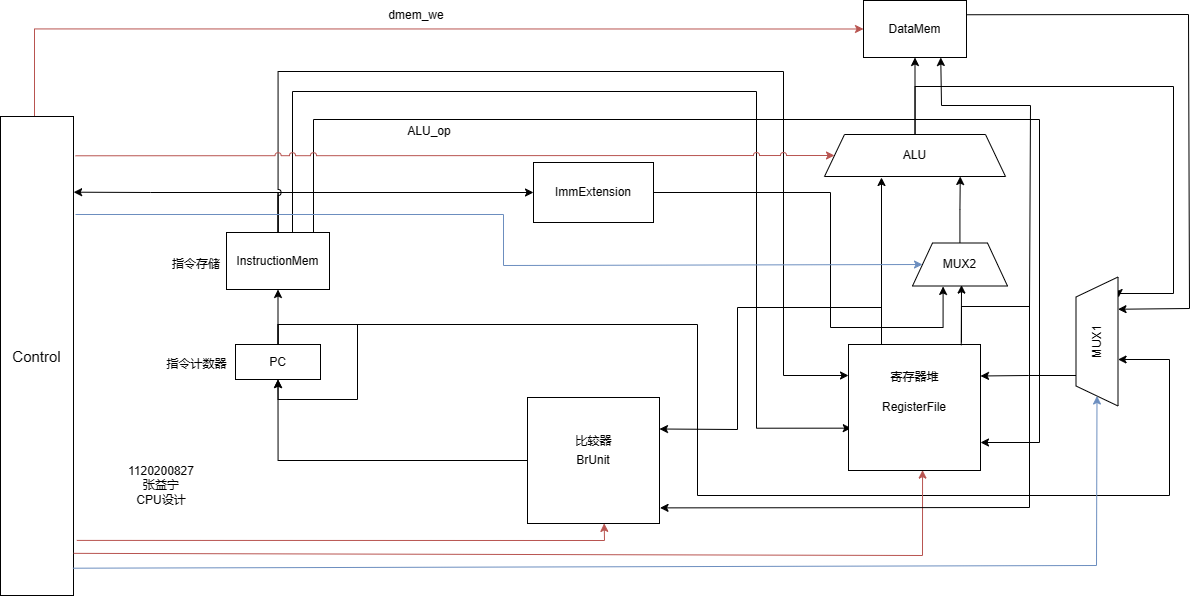
This is CPU.drawio.png from ZYNsama666/BackUp, a draw.io export, as it was before one commit. Source tidied: cells renumbered, new cells last; positions are measured from the earlier drawing's top-left corner, leaving out a move shared by most shapes.
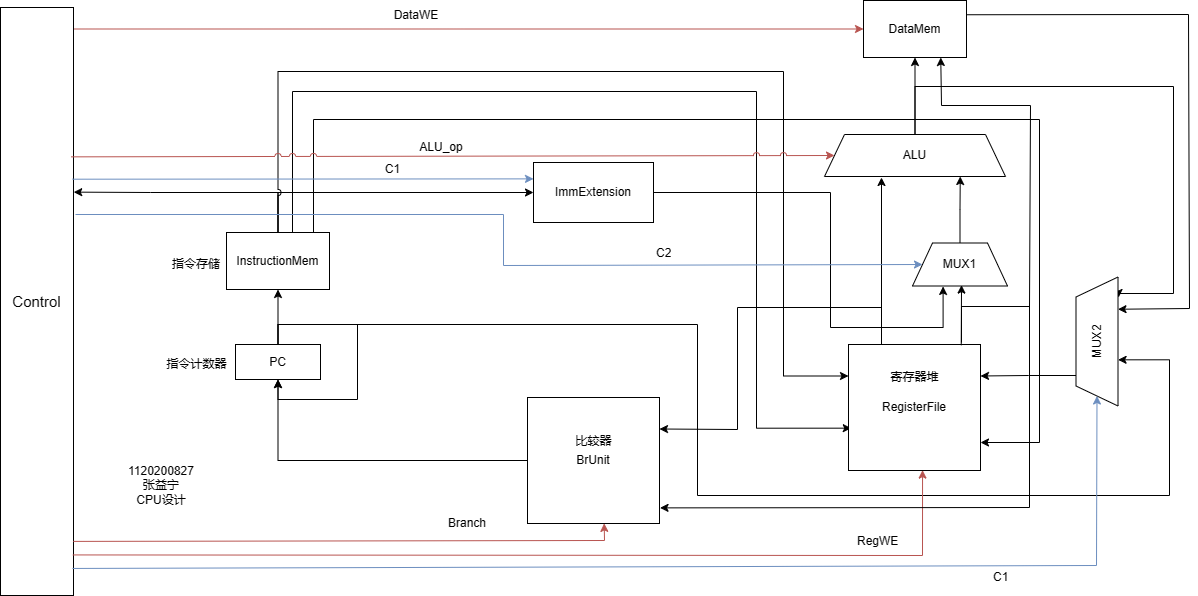
After the change.

What changed in the source:
```diff
@@ -10,7 +10,7 @@
       </mxGeometry>
     </mxCell>
     <mxCell id="3" value="&lt;font style=&quot;font-size: 15px;&quot;&gt;Control&lt;/font&gt;" style="rounded=0;whiteSpace=wrap;html=1;" parent="1" vertex="1">
-      <mxGeometry y="116" width="73" height="479" as="geometry" />
+      <mxGeometry y="7" width="73" height="588" as="geometry" />
     </mxCell>
     <mxCell id="4" style="edgeStyle=orthogonalEdgeStyle;rounded=0;jettySize=auto;html=1;entryX=0.5;entryY=1;entryDx=0;entryDy=0;" parent="1" edge="1" source="6" target="12">
       <mxGeometry relative="1" as="geometry" />
@@ -30,7 +30,7 @@
     <mxCell id="6" value="PC" style="rounded=0;whiteSpace=wrap;html=1;" parent="1" vertex="1">
       <mxGeometry x="235" y="344" width="85" height="35" as="geometry" />
     </mxCell>
-    <mxCell id="7" style="edgeStyle=orthogonalEdgeStyle;rounded=0;jettySize=auto;html=1;entryX=1.002;entryY=0.158;entryDx=0;entryDy=0;entryPerimeter=0;" parent="1" edge="1" source="12" target="3">
+    <mxCell id="7" style="edgeStyle=orthogonalEdgeStyle;rounded=0;jettySize=auto;html=1;entryX=1.003;entryY=0.314;entryDx=0;entryDy=0;entryPerimeter=0;" parent="1" edge="1" source="12" target="3">
       <mxGeometry relative="1" as="geometry">
         <Array as="points">
           <mxPoint x="278" y="192" />
@@ -131,9 +131,9 @@
       <mxGeometry x="863" width="103" height="57" as="geometry" />
     </mxCell>
     <mxCell id="26" value="ALU_op" style="text;html=1;strokeColor=none;fillColor=none;align=center;verticalAlign=middle;whiteSpace=wrap;rounded=0;" parent="1" vertex="1">
-      <mxGeometry x="399" y="116" width="60" height="30" as="geometry" />
+      <mxGeometry x="411" y="132" width="60" height="30" as="geometry" />
     </mxCell>
-    <mxCell id="27" value="dmem_we" style="text;html=1;strokeColor=none;fillColor=none;align=center;verticalAlign=middle;whiteSpace=wrap;rounded=0;" parent="1" vertex="1">
+    <mxCell id="27" value="DataWE" style="text;html=1;strokeColor=none;fillColor=none;align=center;verticalAlign=middle;whiteSpace=wrap;rounded=0;" parent="1" vertex="1">
       <mxGeometry x="386" width="60" height="30" as="geometry" />
     </mxCell>
     <mxCell id="28" style="edgeStyle=orthogonalEdgeStyle;rounded=0;jettySize=auto;html=1;entryX=1;entryY=0.25;entryDx=0;entryDy=0;" parent="1" edge="1" source="29" target="16">
@@ -144,7 +144,7 @@
         </Array>
       </mxGeometry>
     </mxCell>
-    <mxCell id="29" value="MUX1" style="shape=trapezoid;perimeter=trapezoidPerimeter;whiteSpace=wrap;html=1;fixedSize=1;rotation=-90;" parent="1" vertex="1">
+    <mxCell id="29" value="MUX2" style="shape=trapezoid;perimeter=trapezoidPerimeter;whiteSpace=wrap;html=1;fixedSize=1;rotation=-90;" parent="1" vertex="1">
       <mxGeometry x="1032" y="320" width="129" height="42" as="geometry" />
     </mxCell>
     <mxCell id="30" style="endArrow=classic;html=1;rounded=0;exitX=1;exitY=0.25;exitDx=0;exitDy=0;entryX=0.75;entryY=1;entryDx=0;entryDy=0;" parent="1" edge="1" source="25" target="29">
@@ -155,21 +155,21 @@
         </Array>
       </mxGeometry>
     </mxCell>
-    <mxCell id="31" style="endArrow=classic;html=1;rounded=0;exitX=0.992;exitY=0.943;exitDx=0;exitDy=0;exitPerimeter=0;entryX=0;entryY=0.5;entryDx=0;entryDy=0;fillColor=#dae8fc;strokeColor=#6c8ebf;" parent="1" edge="1" source="3" target="29">
+    <mxCell id="31" style="endArrow=classic;html=1;rounded=0;exitX=0.986;exitY=0.954;exitDx=0;exitDy=0;exitPerimeter=0;entryX=0;entryY=0.5;entryDx=0;entryDy=0;fillColor=#dae8fc;strokeColor=#6c8ebf;" parent="1" edge="1" source="3" target="29">
       <mxGeometry relative="1" as="geometry">
         <Array as="points">
           <mxPoint x="1096" y="565" />
         </Array>
       </mxGeometry>
     </mxCell>
-    <mxCell id="32" style="endArrow=classic;html=1;rounded=0;exitX=1.002;exitY=0.912;exitDx=0;exitDy=0;exitPerimeter=0;entryX=0.561;entryY=0.997;entryDx=0;entryDy=0;entryPerimeter=0;fillColor=#f8cecc;strokeColor=#b85450;" parent="1" edge="1" source="3" target="16">
+    <mxCell id="32" style="endArrow=classic;html=1;rounded=0;exitX=0.991;exitY=0.931;exitDx=0;exitDy=0;exitPerimeter=0;entryX=0.561;entryY=0.997;entryDx=0;entryDy=0;entryPerimeter=0;fillColor=#f8cecc;strokeColor=#b85450;" parent="1" edge="1" source="3" target="16">
       <mxGeometry relative="1" as="geometry">
         <Array as="points">
           <mxPoint x="922" y="555" />
         </Array>
       </mxGeometry>
     </mxCell>
-    <mxCell id="33" style="endArrow=classic;html=1;rounded=0;exitX=1.045;exitY=0.885;exitDx=0;exitDy=0;exitPerimeter=0;entryX=0.581;entryY=0.999;entryDx=0;entryDy=0;entryPerimeter=0;fillColor=#f8cecc;strokeColor=#b85450;" parent="1" edge="1" source="3" target="14">
+    <mxCell id="33" style="endArrow=classic;html=1;rounded=0;entryX=0.581;entryY=0.999;entryDx=0;entryDy=0;entryPerimeter=0;fillColor=#f8cecc;strokeColor=#b85450;exitX=0.997;exitY=0.908;exitDx=0;exitDy=0;exitPerimeter=0;" parent="1" edge="1" source="3" target="14">
       <mxGeometry relative="1" as="geometry">
         <Array as="points">
           <mxPoint x="604" y="540" />
@@ -188,13 +188,13 @@
     <mxCell id="35" value="ImmExtension" style="rounded=0;whiteSpace=wrap;html=1;" parent="1" vertex="1">
       <mxGeometry x="533" y="162" width="120" height="60" as="geometry" />
     </mxCell>
-    <mxCell id="36" style="endArrow=classic;html=1;rounded=0;exitX=1.028;exitY=0.082;exitDx=0;exitDy=0;exitPerimeter=0;entryX=0;entryY=0.5;entryDx=0;entryDy=0;fillColor=#f8cecc;strokeColor=#b85450;jumpStyle=arc;" parent="1" edge="1" source="3" target="23">
+    <mxCell id="36" style="endArrow=classic;html=1;rounded=0;exitX=0.969;exitY=0.254;exitDx=0;exitDy=0;entryX=0;entryY=0.5;entryDx=0;entryDy=0;fillColor=#f8cecc;strokeColor=#b85450;jumpStyle=arc;exitPerimeter=0;" parent="1" edge="1" source="3" target="23">
       <mxGeometry relative="1" as="geometry" />
     </mxCell>
     <mxCell id="37" style="edgeStyle=orthogonalEdgeStyle;rounded=0;jettySize=auto;html=1;entryX=0.75;entryY=1;entryDx=0;entryDy=0;" parent="1" edge="1" source="38" target="23">
       <mxGeometry relative="1" as="geometry" />
     </mxCell>
-    <mxCell id="38" value="MUX2" style="shape=trapezoid;perimeter=trapezoidPerimeter;whiteSpace=wrap;html=1;fixedSize=1;rotation=0;" parent="1" vertex="1">
+    <mxCell id="38" value="MUX1" style="shape=trapezoid;perimeter=trapezoidPerimeter;whiteSpace=wrap;html=1;fixedSize=1;rotation=0;" parent="1" vertex="1">
       <mxGeometry x="912" y="242.5" width="95" height="43" as="geometry" />
     </mxCell>
     <mxCell id="39" style="endArrow=classic;html=1;rounded=0;exitX=0.854;exitY=0.006;exitDx=0;exitDy=0;exitPerimeter=0;entryX=0.516;entryY=0.979;entryDx=0;entryDy=0;entryPerimeter=0;" parent="1" edge="1" source="16" target="38">
@@ -240,5 +240,25 @@
     <mxCell id="44" value="1120200827&lt;br&gt;张益宁&lt;br&gt;CPU设计" style="text;html=1;strokeColor=none;fillColor=none;align=center;verticalAlign=middle;whiteSpace=wrap;rounded=0;" parent="1" vertex="1">
       <mxGeometry x="113" y="470" width="96" height="30" as="geometry" />
     </mxCell>
+    <mxCell id="45" value="C2" style="text;strokeColor=none;fillColor=none;align=left;verticalAlign=middle;spacingLeft=4;spacingRight=4;overflow=hidden;whiteSpace=wrap;html=1;" parent="1" vertex="1">
+      <mxGeometry x="650" y="238" width="80" height="30" as="geometry" />
+    </mxCell>
+    <mxCell id="46" value="C1" style="text;strokeColor=none;fillColor=none;align=left;verticalAlign=middle;spacingLeft=4;spacingRight=4;overflow=hidden;whiteSpace=wrap;html=1;" parent="1" vertex="1">
+      <mxGeometry x="987" y="562" width="80" height="30" as="geometry" />
+    </mxCell>
+    <mxCell id="47" value="RegWE" style="text;strokeColor=none;fillColor=none;align=left;verticalAlign=middle;spacingLeft=4;spacingRight=4;overflow=hidden;whiteSpace=wrap;html=1;" parent="1" vertex="1">
+      <mxGeometry x="851" y="526" width="80" height="30" as="geometry" />
+    </mxCell>
+    <mxCell id="48" value="Branch" style="text;strokeColor=none;fillColor=none;align=left;verticalAlign=middle;spacingLeft=4;spacingRight=4;overflow=hidden;whiteSpace=wrap;html=1;" parent="1" vertex="1">
+      <mxGeometry x="442" y="508" width="80" height="30" as="geometry" />
+    </mxCell>
+    <mxCell id="49" style="endArrow=classic;html=1;rounded=0;exitX=0.984;exitY=0.292;exitDx=0;exitDy=0;exitPerimeter=0;entryX=0;entryY=0.273;entryDx=0;entryDy=0;fillColor=#dae8fc;strokeColor=#6c8ebf;entryPerimeter=0;" parent="1" edge="1" source="3" target="35">
+      <mxGeometry relative="1" as="geometry" />
+    </mxCell>
+    <mxCell id="50" value="C1" style="edgeLabel;html=1;align=center;verticalAlign=middle;" parent="49" vertex="1">
+      <mxGeometry x="0.41" y="-1" relative="1" as="geometry">
+        <mxPoint x="-5" y="-11" as="offset" />
+      </mxGeometry>
+    </mxCell>
   </root>
 </mxGraphModel>
```
